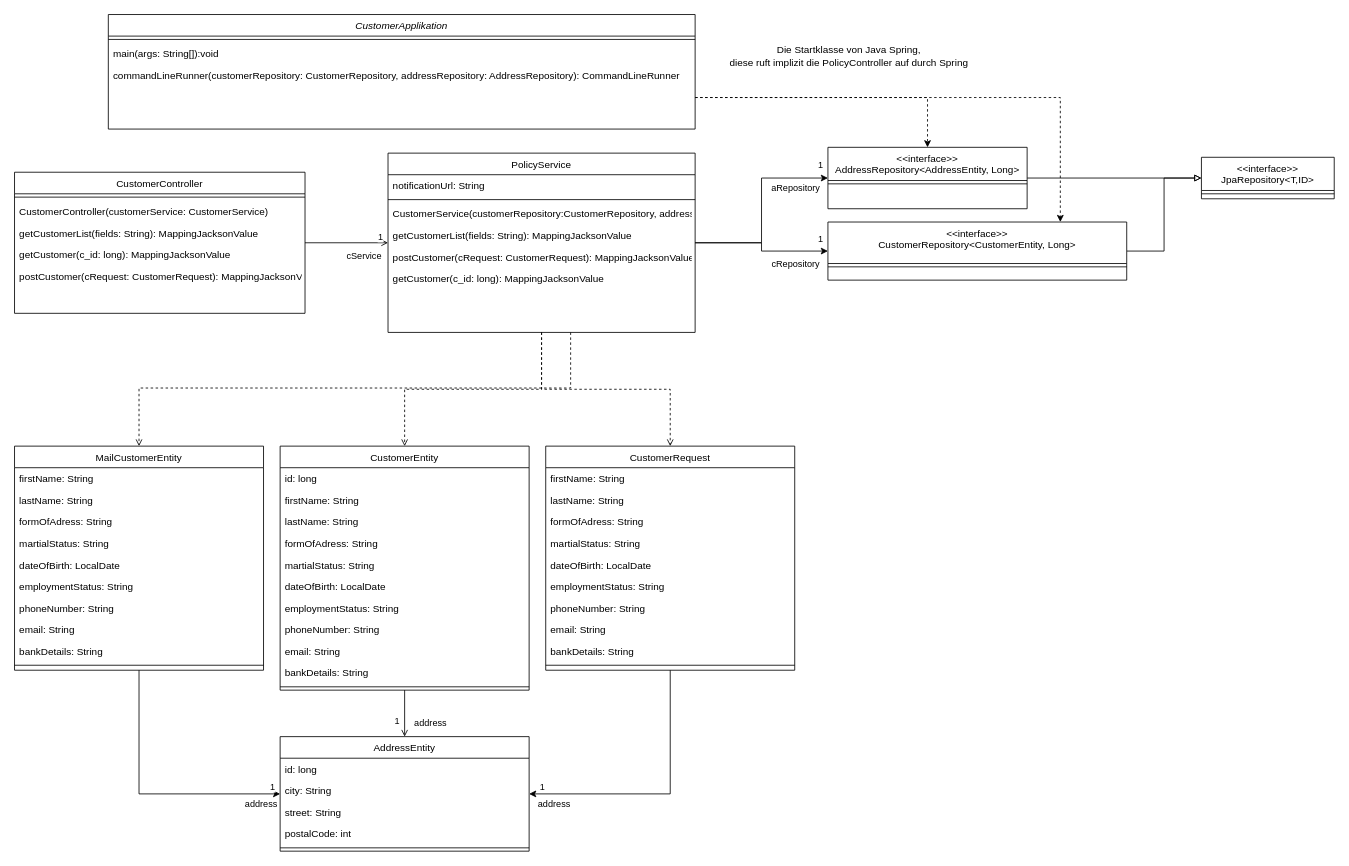
Above: RDA/CustomerService/Customer-UML.drawio in danieland2606/Bachelorprojekt (draw.io), before the change. Source tidied: cells renumbered, new cells numbered last; positions are measured from the earlier drawing's top-left corner, leaving out a move shared by most shapes. Both pictures are drawn from the tidied source at 83%, with x=0, y=0 at pixel (14, 14).
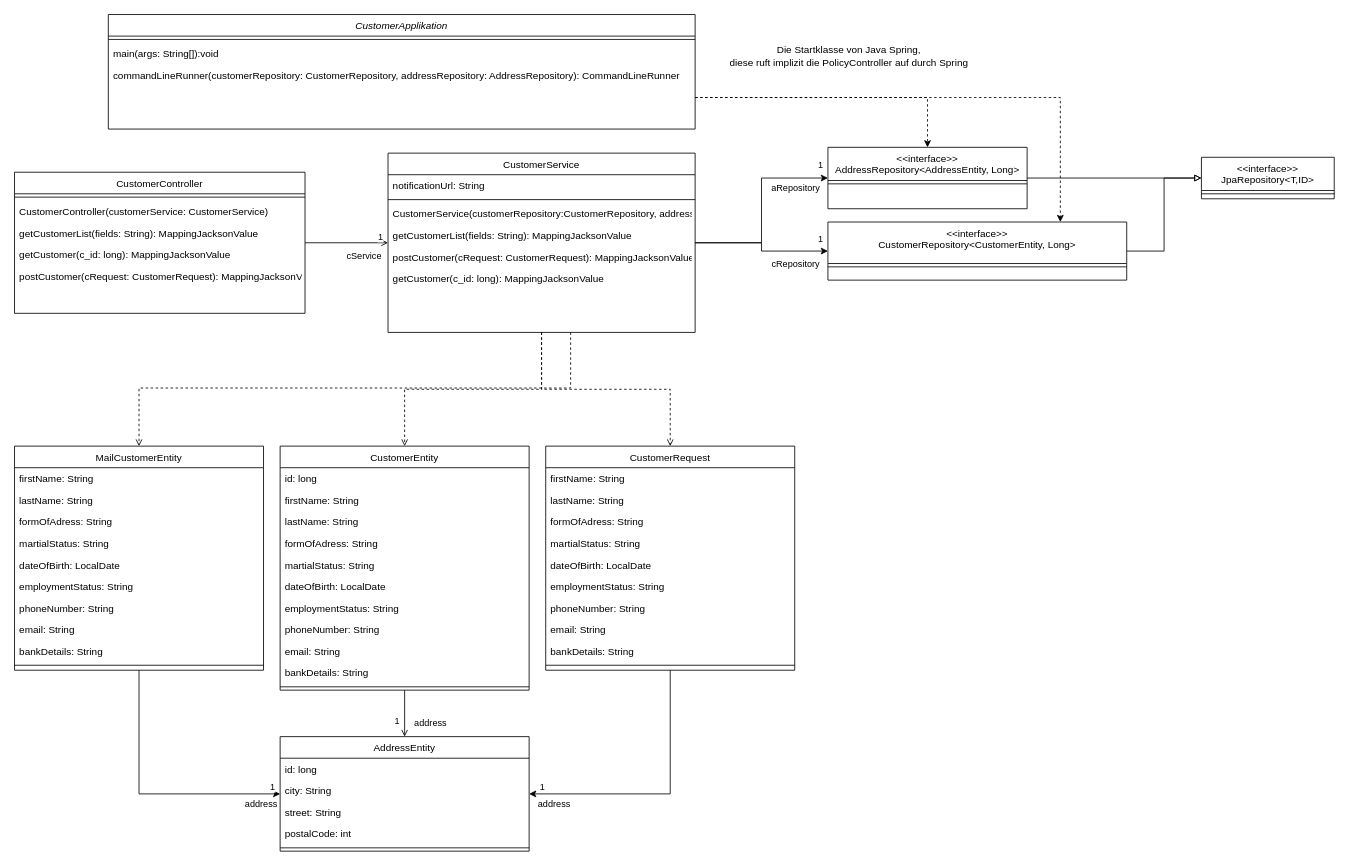
Above is the later version.

What changed in the source:
```diff
@@
-    <mxCell id="24" value="PolicyService" style="swimlane;fontStyle=0;align=center;verticalAlign=top;horizontal=1;startSize=26;rounded=0;shadow=0;strokeWidth=1;" parent="1" vertex="1">
+    <mxCell id="24" value="CustomerService" style="swimlane;fontStyle=0;align=center;verticalAlign=top;horizontal=1;startSize=26;rounded=0;shadow=0;strokeWidth=1;" parent="1" vertex="1">
       <mxGeometry x="450" y="167" width="370" height="216" as="geometry" />
     </mxCell>
```
